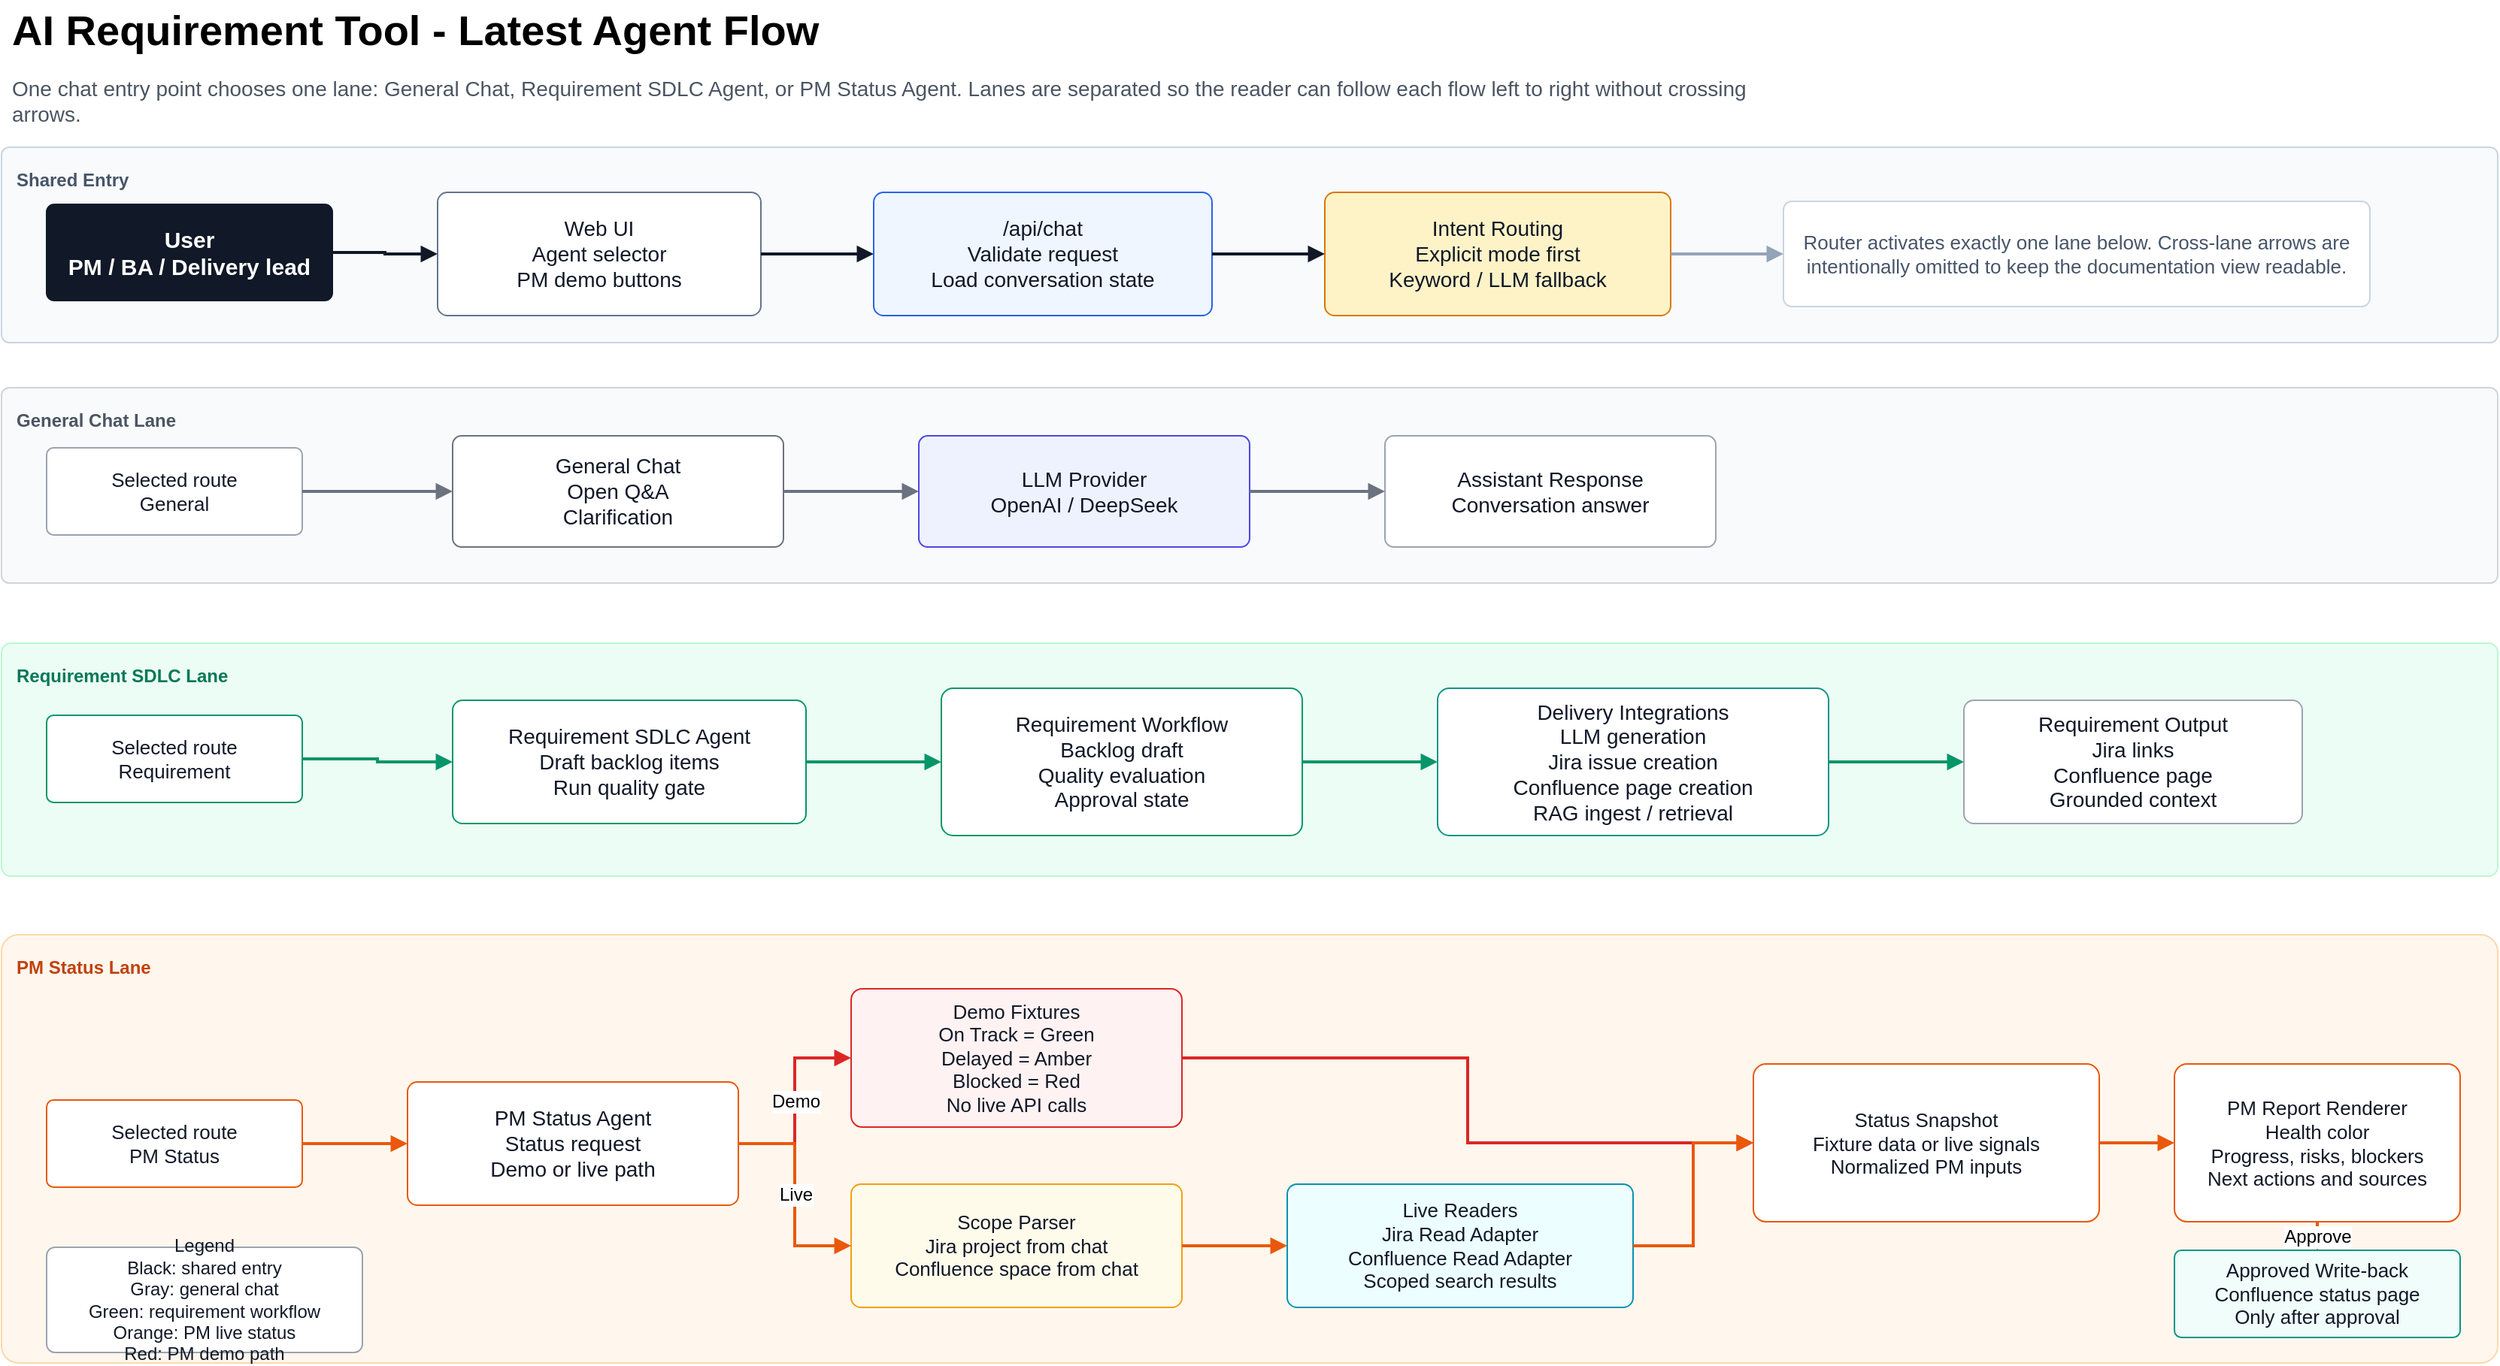
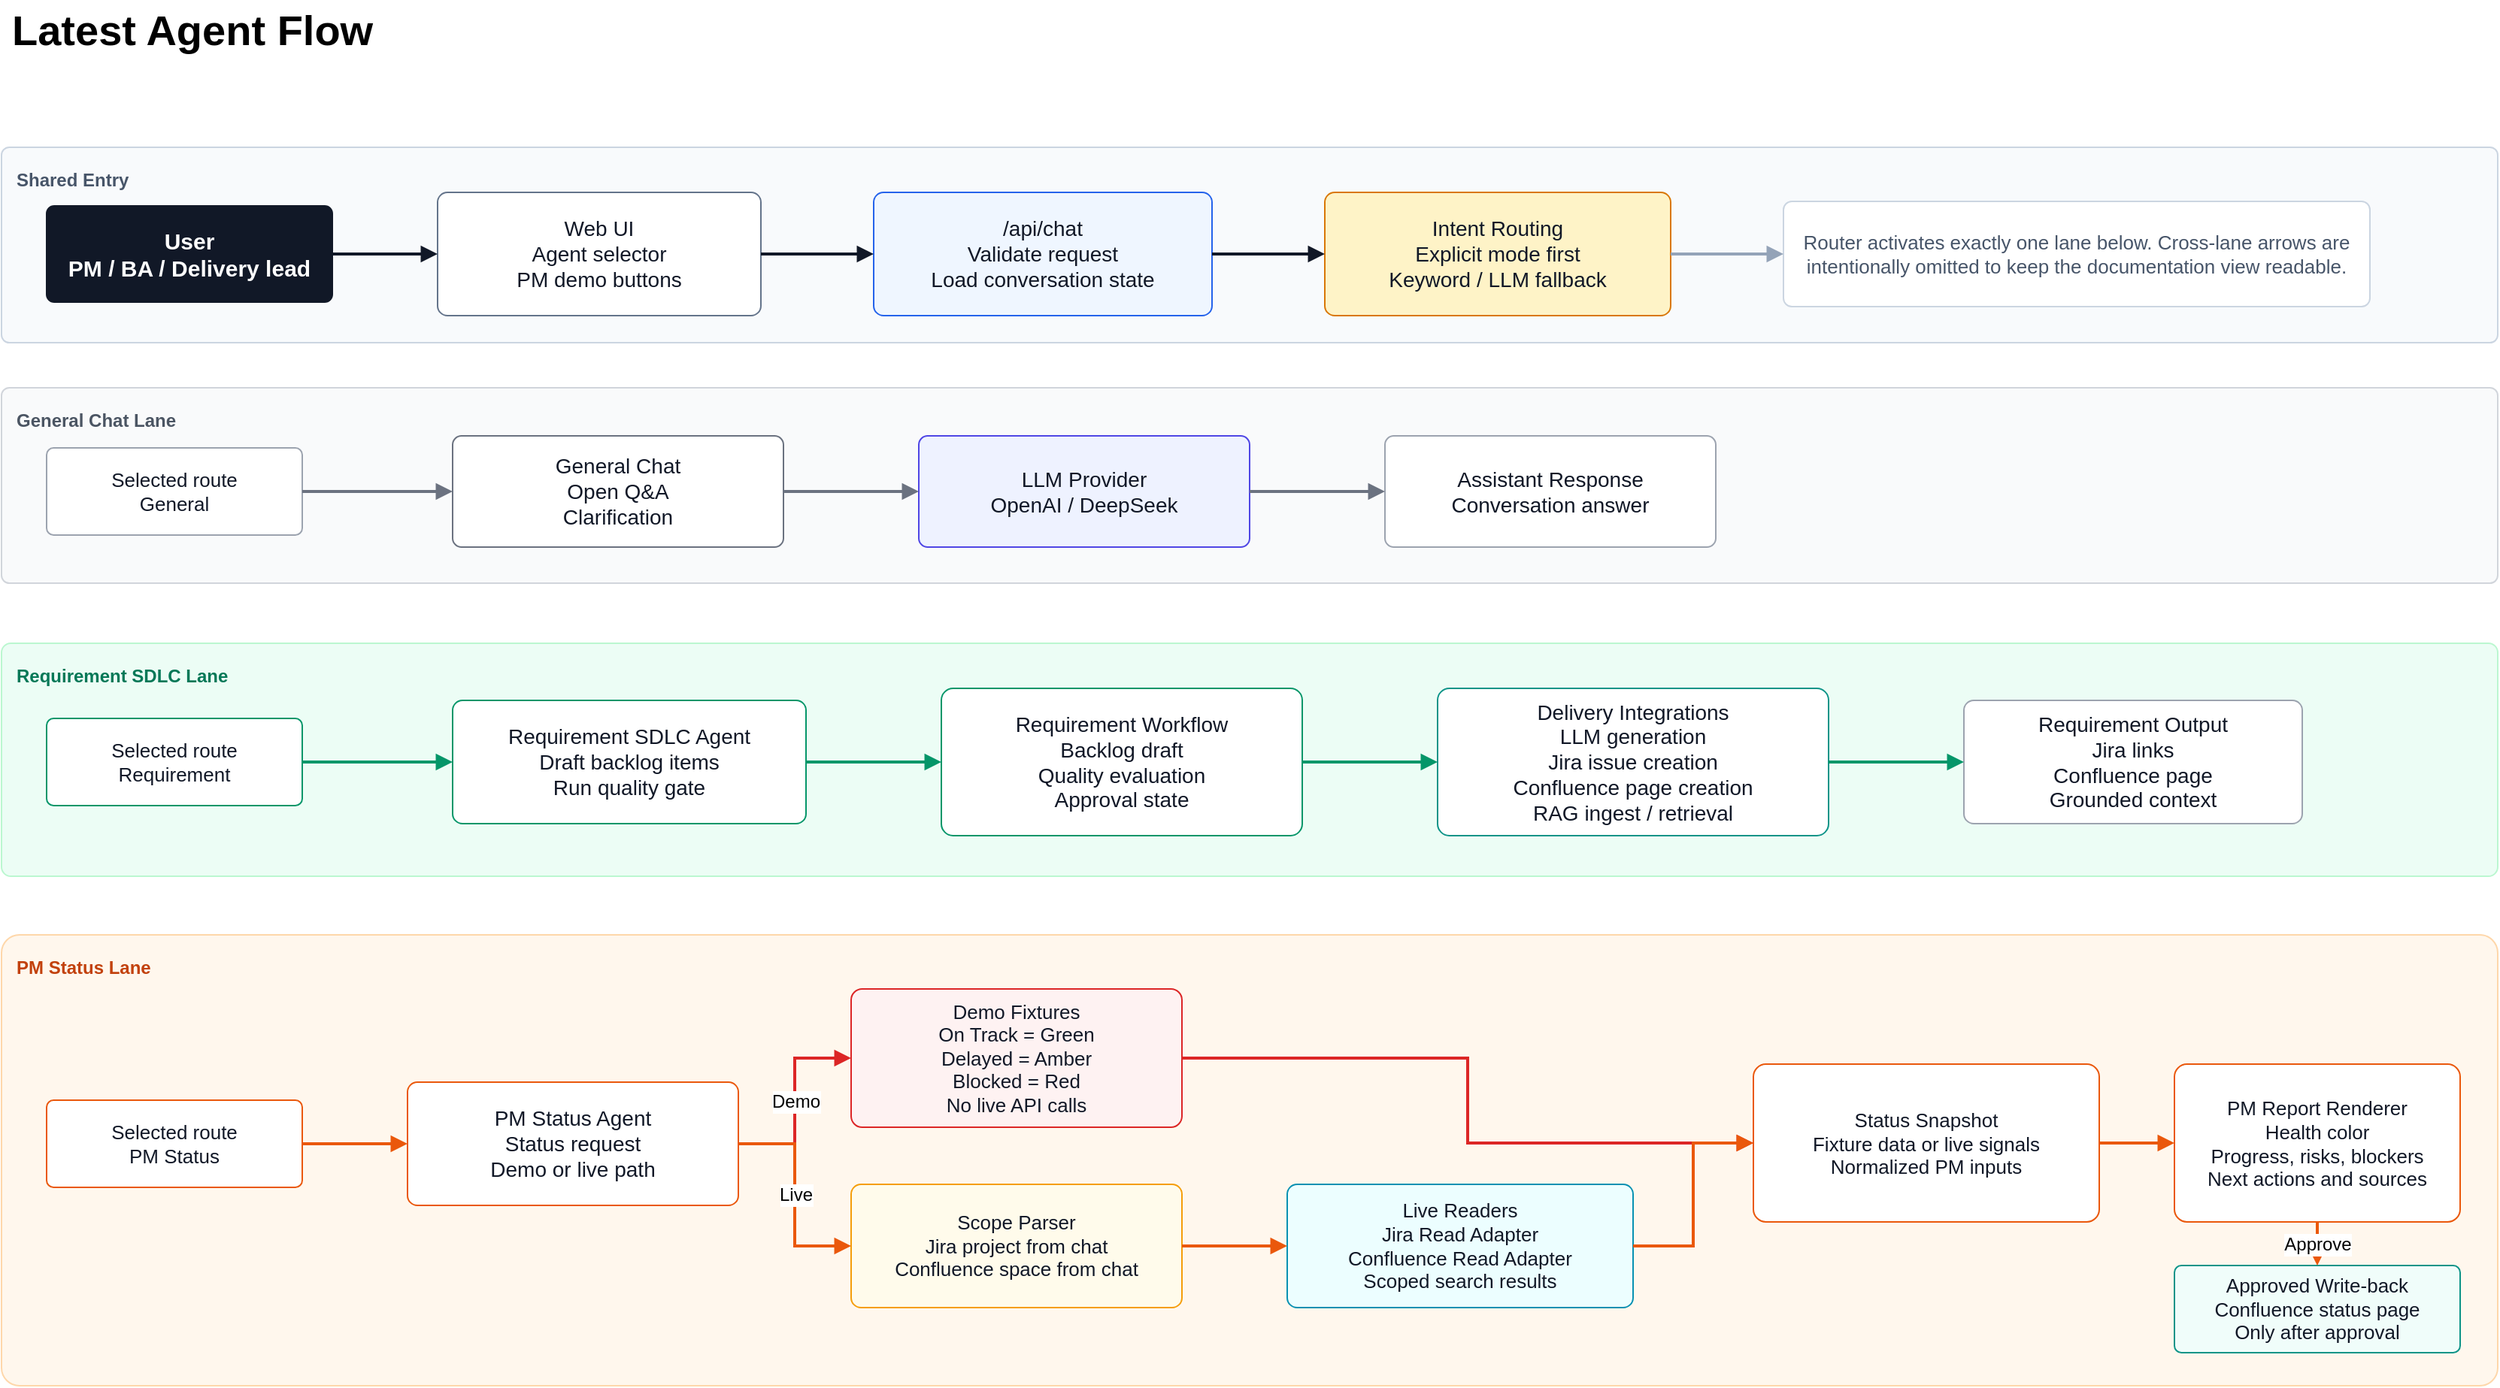
- <mxfile host="app.diagrams.net" modified="2026-06-20T00:00:00.000Z" agent="Codex" version="24.7.17" type="device">
+ <mxfile host="Electron" agent="Mozilla/5.0 (Windows NT 10.0; Win64; x64) AppleWebKit/537.36 (KHTML, like Gecko) draw.io/29.6.6 Chrome/144.0.7559.236 Electron/40.8.4 Safari/537.36" version="29.6.6">
  <diagram id="latest-agent-flow" name="Latest Agent Flow">
-     <mxGraphModel dx="1800" dy="1000" grid="1" gridSize="10" guides="1" tooltips="1" connect="1" arrows="1" fold="1" page="1" pageScale="1" pageWidth="1750" pageHeight="1000" math="0" shadow="0">
+     <mxGraphModel dx="1887" dy="971" grid="1" gridSize="10" guides="1" tooltips="1" connect="1" arrows="1" fold="1" page="1" pageScale="1" pageWidth="1750" pageHeight="1000" math="0" shadow="0">
      <root>
-         <mxCell id="0"/>
-         <mxCell id="1" parent="0"/>
-         <mxCell id="title" value="AI Requirement Tool - Latest Agent Flow" style="text;html=1;strokeColor=none;fillColor=none;fontSize=28;fontStyle=1;align=left;verticalAlign=middle;whiteSpace=wrap;rounded=0;" vertex="1" parent="1">
-           <mxGeometry x="50" y="28" width="820" height="40" as="geometry"/>
+         <mxCell id="0" />
+         <mxCell id="1" parent="0" />
+         <mxCell id="title" parent="1" style="text;html=1;strokeColor=none;fillColor=none;fontSize=28;fontStyle=1;align=left;verticalAlign=middle;whiteSpace=wrap;rounded=0;" value="Latest Agent Flow" vertex="1">
+           <mxGeometry height="40" width="820" x="50" y="28" as="geometry" />
        </mxCell>
-         <mxCell id="subtitle" value="One chat entry point chooses one lane: General Chat, Requirement SDLC Agent, or PM Status Agent. Lanes are separated so the reader can follow each flow left to right without crossing arrows." style="text;html=1;strokeColor=none;fillColor=none;fontSize=14;fontColor=#4b5563;align=left;verticalAlign=top;whiteSpace=wrap;rounded=0;" vertex="1" parent="1">
-           <mxGeometry x="50" y="72" width="1180" height="42" as="geometry"/>
+         <mxCell id="entry-band" parent="1" style="rounded=1;whiteSpace=wrap;html=1;fillColor=#f8fafc;strokeColor=#cbd5e1;fontColor=#475569;fontSize=12;fontStyle=1;arcSize=4;align=left;verticalAlign=top;spacing=10;" value="Shared Entry" vertex="1">
+           <mxGeometry height="130" width="1660" x="45" y="126" as="geometry" />
        </mxCell>
-         <mxCell id="entry-band" value="Shared Entry" style="rounded=1;whiteSpace=wrap;html=1;fillColor=#f8fafc;strokeColor=#cbd5e1;fontColor=#475569;fontSize=12;fontStyle=1;arcSize=4;align=left;verticalAlign=top;spacing=10;" vertex="1" parent="1">
-           <mxGeometry x="45" y="126" width="1660" height="130" as="geometry"/>
+         <mxCell id="general-band" parent="1" style="rounded=1;whiteSpace=wrap;html=1;fillColor=#f9fafb;strokeColor=#d1d5db;fontColor=#4b5563;fontSize=12;fontStyle=1;arcSize=4;align=left;verticalAlign=top;spacing=10;" value="General Chat Lane" vertex="1">
+           <mxGeometry height="130" width="1660" x="45" y="286" as="geometry" />
        </mxCell>
-         <mxCell id="general-band" value="General Chat Lane" style="rounded=1;whiteSpace=wrap;html=1;fillColor=#f9fafb;strokeColor=#d1d5db;fontColor=#4b5563;fontSize=12;fontStyle=1;arcSize=4;align=left;verticalAlign=top;spacing=10;" vertex="1" parent="1">
-           <mxGeometry x="45" y="286" width="1660" height="130" as="geometry"/>
+         <mxCell id="requirement-band" parent="1" style="rounded=1;whiteSpace=wrap;html=1;fillColor=#ecfdf5;strokeColor=#bbf7d0;fontColor=#047857;fontSize=12;fontStyle=1;arcSize=4;align=left;verticalAlign=top;spacing=10;" value="Requirement SDLC Lane" vertex="1">
+           <mxGeometry height="155" width="1660" x="45" y="456" as="geometry" />
        </mxCell>
-         <mxCell id="requirement-band" value="Requirement SDLC Lane" style="rounded=1;whiteSpace=wrap;html=1;fillColor=#ecfdf5;strokeColor=#bbf7d0;fontColor=#047857;fontSize=12;fontStyle=1;arcSize=4;align=left;verticalAlign=top;spacing=10;" vertex="1" parent="1">
-           <mxGeometry x="45" y="456" width="1660" height="155" as="geometry"/>
+         <mxCell id="pm-band" parent="1" style="rounded=1;whiteSpace=wrap;html=1;fillColor=#fff7ed;strokeColor=#fed7aa;fontColor=#c2410c;fontSize=12;fontStyle=1;arcSize=4;align=left;verticalAlign=top;spacing=10;" value="PM Status Lane" vertex="1">
+           <mxGeometry height="300" width="1660" x="45" y="650" as="geometry" />
        </mxCell>
-         <mxCell id="pm-band" value="PM Status Lane" style="rounded=1;whiteSpace=wrap;html=1;fillColor=#fff7ed;strokeColor=#fed7aa;fontColor=#c2410c;fontSize=12;fontStyle=1;arcSize=4;align=left;verticalAlign=top;spacing=10;" vertex="1" parent="1">
-           <mxGeometry x="45" y="650" width="1660" height="285" as="geometry"/>
+         <mxCell id="user" parent="1" style="rounded=1;whiteSpace=wrap;html=1;fillColor=#111827;strokeColor=#111827;fontColor=#ffffff;fontSize=15;fontStyle=1;arcSize=8;spacing=10;" value="User&#xa;PM / BA / Delivery lead" vertex="1">
+           <mxGeometry height="64" width="190" x="75" y="165" as="geometry" />
        </mxCell>
-         <mxCell id="user" value="User&#xa;PM / BA / Delivery lead" style="rounded=1;whiteSpace=wrap;html=1;fillColor=#111827;strokeColor=#111827;fontColor=#ffffff;fontSize=15;fontStyle=1;arcSize=8;spacing=10;" vertex="1" parent="1">
-           <mxGeometry x="75" y="164" width="190" height="64" as="geometry"/>
+         <mxCell id="webui" parent="1" style="rounded=1;whiteSpace=wrap;html=1;fillColor=#ffffff;strokeColor=#64748b;fontColor=#111827;fontSize=14;arcSize=8;spacing=10;" value="Web UI&#xa;Agent selector&#xa;PM demo buttons" vertex="1">
+           <mxGeometry height="82" width="215" x="335" y="156" as="geometry" />
        </mxCell>
-         <mxCell id="webui" value="Web UI&#xa;Agent selector&#xa;PM demo buttons" style="rounded=1;whiteSpace=wrap;html=1;fillColor=#ffffff;strokeColor=#64748b;fontColor=#111827;fontSize=14;arcSize=8;spacing=10;" vertex="1" parent="1">
-           <mxGeometry x="335" y="156" width="215" height="82" as="geometry"/>
+         <mxCell id="api" parent="1" style="rounded=1;whiteSpace=wrap;html=1;fillColor=#eff6ff;strokeColor=#2563eb;fontColor=#111827;fontSize=14;arcSize=8;spacing=10;" value="/api/chat&#xa;Validate request&#xa;Load conversation state" vertex="1">
+           <mxGeometry height="82" width="225" x="625" y="156" as="geometry" />
        </mxCell>
-         <mxCell id="api" value="/api/chat&#xa;Validate request&#xa;Load conversation state" style="rounded=1;whiteSpace=wrap;html=1;fillColor=#eff6ff;strokeColor=#2563eb;fontColor=#111827;fontSize=14;arcSize=8;spacing=10;" vertex="1" parent="1">
-           <mxGeometry x="625" y="156" width="225" height="82" as="geometry"/>
+         <mxCell id="router" parent="1" style="rounded=1;whiteSpace=wrap;html=1;fillColor=#fef3c7;strokeColor=#d97706;fontColor=#111827;fontSize=14;arcSize=8;spacing=10;" value="Intent Routing&#xa;Explicit mode first&#xa;Keyword / LLM fallback" vertex="1">
+           <mxGeometry height="82" width="230" x="925" y="156" as="geometry" />
        </mxCell>
-         <mxCell id="router" value="Intent Routing&#xa;Explicit mode first&#xa;Keyword / LLM fallback" style="rounded=1;whiteSpace=wrap;html=1;fillColor=#fef3c7;strokeColor=#d97706;fontColor=#111827;fontSize=14;arcSize=8;spacing=10;" vertex="1" parent="1">
-           <mxGeometry x="925" y="156" width="230" height="82" as="geometry"/>
+         <mxCell id="entry-note" parent="1" style="rounded=1;whiteSpace=wrap;html=1;fillColor=#ffffff;strokeColor=#cbd5e1;fontColor=#475569;fontSize=13;arcSize=8;spacing=10;" value="Router activates exactly one lane below. Cross-lane arrows are intentionally omitted to keep the documentation view readable." vertex="1">
+           <mxGeometry height="70" width="390" x="1230" y="162" as="geometry" />
        </mxCell>
-         <mxCell id="entry-note" value="Router activates exactly one lane below. Cross-lane arrows are intentionally omitted to keep the documentation view readable." style="rounded=1;whiteSpace=wrap;html=1;fillColor=#ffffff;strokeColor=#cbd5e1;fontColor=#475569;fontSize=13;arcSize=8;spacing=10;" vertex="1" parent="1">
-           <mxGeometry x="1230" y="162" width="390" height="70" as="geometry"/>
+         <mxCell id="route-general" parent="1" style="rounded=1;whiteSpace=wrap;html=1;fillColor=#ffffff;strokeColor=#9ca3af;fontColor=#111827;fontSize=13;arcSize=8;spacing=8;" value="Selected route&#xa;General" vertex="1">
+           <mxGeometry height="58" width="170" x="75" y="326" as="geometry" />
        </mxCell>
-         <mxCell id="route-general" value="Selected route&#xa;General" style="rounded=1;whiteSpace=wrap;html=1;fillColor=#ffffff;strokeColor=#9ca3af;fontColor=#111827;fontSize=13;arcSize=8;spacing=8;" vertex="1" parent="1">
-           <mxGeometry x="75" y="326" width="170" height="58" as="geometry"/>
+         <mxCell id="general-agent" parent="1" style="rounded=1;whiteSpace=wrap;html=1;fillColor=#ffffff;strokeColor=#6b7280;fontColor=#111827;fontSize=14;arcSize=8;spacing=10;" value="General Chat&#xa;Open Q&amp;A&#xa;Clarification" vertex="1">
+           <mxGeometry height="74" width="220" x="345" y="318" as="geometry" />
        </mxCell>
-         <mxCell id="general-agent" value="General Chat&#xa;Open Q&amp;A&#xa;Clarification" style="rounded=1;whiteSpace=wrap;html=1;fillColor=#ffffff;strokeColor=#6b7280;fontColor=#111827;fontSize=14;arcSize=8;spacing=10;" vertex="1" parent="1">
-           <mxGeometry x="345" y="318" width="220" height="74" as="geometry"/>
+         <mxCell id="general-llm" parent="1" style="rounded=1;whiteSpace=wrap;html=1;fillColor=#eef2ff;strokeColor=#4f46e5;fontColor=#111827;fontSize=14;arcSize=8;spacing=10;" value="LLM Provider&#xa;OpenAI / DeepSeek" vertex="1">
+           <mxGeometry height="74" width="220" x="655" y="318" as="geometry" />
        </mxCell>
-         <mxCell id="general-llm" value="LLM Provider&#xa;OpenAI / DeepSeek" style="rounded=1;whiteSpace=wrap;html=1;fillColor=#eef2ff;strokeColor=#4f46e5;fontColor=#111827;fontSize=14;arcSize=8;spacing=10;" vertex="1" parent="1">
-           <mxGeometry x="655" y="318" width="220" height="74" as="geometry"/>
+         <mxCell id="general-response" parent="1" style="rounded=1;whiteSpace=wrap;html=1;fillColor=#ffffff;strokeColor=#9ca3af;fontColor=#111827;fontSize=14;arcSize=8;spacing=10;" value="Assistant Response&#xa;Conversation answer" vertex="1">
+           <mxGeometry height="74" width="220" x="965" y="318" as="geometry" />
        </mxCell>
-         <mxCell id="general-response" value="Assistant Response&#xa;Conversation answer" style="rounded=1;whiteSpace=wrap;html=1;fillColor=#ffffff;strokeColor=#9ca3af;fontColor=#111827;fontSize=14;arcSize=8;spacing=10;" vertex="1" parent="1">
-           <mxGeometry x="965" y="318" width="220" height="74" as="geometry"/>
+         <mxCell id="route-req" parent="1" style="rounded=1;whiteSpace=wrap;html=1;fillColor=#ffffff;strokeColor=#059669;fontColor=#111827;fontSize=13;arcSize=8;spacing=8;" value="Selected route&#xa;Requirement" vertex="1">
+           <mxGeometry height="58" width="170" x="75" y="506" as="geometry" />
        </mxCell>
-         <mxCell id="route-req" value="Selected route&#xa;Requirement" style="rounded=1;whiteSpace=wrap;html=1;fillColor=#ffffff;strokeColor=#059669;fontColor=#111827;fontSize=13;arcSize=8;spacing=8;" vertex="1" parent="1">
-           <mxGeometry x="75" y="504" width="170" height="58" as="geometry"/>
+         <mxCell id="req-agent" parent="1" style="rounded=1;whiteSpace=wrap;html=1;fillColor=#ffffff;strokeColor=#059669;fontColor=#111827;fontSize=14;arcSize=8;spacing=10;" value="Requirement SDLC Agent&#xa;Draft backlog items&#xa;Run quality gate" vertex="1">
+           <mxGeometry height="82" width="235" x="345" y="494" as="geometry" />
        </mxCell>
-         <mxCell id="req-agent" value="Requirement SDLC Agent&#xa;Draft backlog items&#xa;Run quality gate" style="rounded=1;whiteSpace=wrap;html=1;fillColor=#ffffff;strokeColor=#059669;fontColor=#111827;fontSize=14;arcSize=8;spacing=10;" vertex="1" parent="1">
-           <mxGeometry x="345" y="494" width="235" height="82" as="geometry"/>
+         <mxCell id="req-workflow" parent="1" style="rounded=1;whiteSpace=wrap;html=1;fillColor=#ffffff;strokeColor=#059669;fontColor=#111827;fontSize=14;arcSize=8;spacing=10;" value="Requirement Workflow&#xa;Backlog draft&#xa;Quality evaluation&#xa;Approval state" vertex="1">
+           <mxGeometry height="98" width="240" x="670" y="486" as="geometry" />
        </mxCell>
-         <mxCell id="req-workflow" value="Requirement Workflow&#xa;Backlog draft&#xa;Quality evaluation&#xa;Approval state" style="rounded=1;whiteSpace=wrap;html=1;fillColor=#ffffff;strokeColor=#059669;fontColor=#111827;fontSize=14;arcSize=8;spacing=10;" vertex="1" parent="1">
-           <mxGeometry x="670" y="486" width="240" height="98" as="geometry"/>
+         <mxCell id="req-integrations" parent="1" style="rounded=1;whiteSpace=wrap;html=1;fillColor=#ffffff;strokeColor=#0d9488;fontColor=#111827;fontSize=14;arcSize=8;spacing=10;" value="Delivery Integrations&#xa;LLM generation&#xa;Jira issue creation&#xa;Confluence page creation&#xa;RAG ingest / retrieval" vertex="1">
+           <mxGeometry height="98" width="260" x="1000" y="486" as="geometry" />
        </mxCell>
-         <mxCell id="req-integrations" value="Delivery Integrations&#xa;LLM generation&#xa;Jira issue creation&#xa;Confluence page creation&#xa;RAG ingest / retrieval" style="rounded=1;whiteSpace=wrap;html=1;fillColor=#ffffff;strokeColor=#0d9488;fontColor=#111827;fontSize=14;arcSize=8;spacing=10;" vertex="1" parent="1">
-           <mxGeometry x="1000" y="486" width="260" height="98" as="geometry"/>
+         <mxCell id="req-output" parent="1" style="rounded=1;whiteSpace=wrap;html=1;fillColor=#ffffff;strokeColor=#9ca3af;fontColor=#111827;fontSize=14;arcSize=8;spacing=10;" value="Requirement Output&#xa;Jira links&#xa;Confluence page&#xa;Grounded context" vertex="1">
+           <mxGeometry height="82" width="225" x="1350" y="494" as="geometry" />
        </mxCell>
-         <mxCell id="req-output" value="Requirement Output&#xa;Jira links&#xa;Confluence page&#xa;Grounded context" style="rounded=1;whiteSpace=wrap;html=1;fillColor=#ffffff;strokeColor=#9ca3af;fontColor=#111827;fontSize=14;arcSize=8;spacing=10;" vertex="1" parent="1">
-           <mxGeometry x="1350" y="494" width="225" height="82" as="geometry"/>
+         <mxCell id="route-pm" parent="1" style="rounded=1;whiteSpace=wrap;html=1;fillColor=#ffffff;strokeColor=#ea580c;fontColor=#111827;fontSize=13;arcSize=8;spacing=8;" value="Selected route&#xa;PM Status" vertex="1">
+           <mxGeometry height="58" width="170" x="75" y="760" as="geometry" />
        </mxCell>
-         <mxCell id="route-pm" value="Selected route&#xa;PM Status" style="rounded=1;whiteSpace=wrap;html=1;fillColor=#ffffff;strokeColor=#ea580c;fontColor=#111827;fontSize=13;arcSize=8;spacing=8;" vertex="1" parent="1">
-           <mxGeometry x="75" y="760" width="170" height="58" as="geometry"/>
+         <mxCell id="pm-agent" parent="1" style="rounded=1;whiteSpace=wrap;html=1;fillColor=#ffffff;strokeColor=#ea580c;fontColor=#111827;fontSize=14;arcSize=8;spacing=10;" value="PM Status Agent&#xa;Status request&#xa;Demo or live path" vertex="1">
+           <mxGeometry height="82" width="220" x="315" y="748" as="geometry" />
        </mxCell>
-         <mxCell id="pm-agent" value="PM Status Agent&#xa;Status request&#xa;Demo or live path" style="rounded=1;whiteSpace=wrap;html=1;fillColor=#ffffff;strokeColor=#ea580c;fontColor=#111827;fontSize=14;arcSize=8;spacing=10;" vertex="1" parent="1">
-           <mxGeometry x="315" y="748" width="220" height="82" as="geometry"/>
+         <mxCell id="pm-demo" parent="1" style="rounded=1;whiteSpace=wrap;html=1;fillColor=#fef2f2;strokeColor=#dc2626;fontColor=#111827;fontSize=13;arcSize=8;spacing=8;" value="Demo Fixtures&#xa;On Track = Green&#xa;Delayed = Amber&#xa;Blocked = Red&#xa;No live API calls" vertex="1">
+           <mxGeometry height="92" width="220" x="610" y="686" as="geometry" />
        </mxCell>
-         <mxCell id="pm-demo" value="Demo Fixtures&#xa;On Track = Green&#xa;Delayed = Amber&#xa;Blocked = Red&#xa;No live API calls" style="rounded=1;whiteSpace=wrap;html=1;fillColor=#fef2f2;strokeColor=#dc2626;fontColor=#111827;fontSize=13;arcSize=8;spacing=8;" vertex="1" parent="1">
-           <mxGeometry x="610" y="686" width="220" height="92" as="geometry"/>
+         <mxCell id="pm-scope" parent="1" style="rounded=1;whiteSpace=wrap;html=1;fillColor=#fffbeb;strokeColor=#f59e0b;fontColor=#111827;fontSize=13;arcSize=8;spacing=8;" value="Scope Parser&#xa;Jira project from chat&#xa;Confluence space from chat" vertex="1">
+           <mxGeometry height="82" width="220" x="610" y="816" as="geometry" />
        </mxCell>
-         <mxCell id="pm-scope" value="Scope Parser&#xa;Jira project from chat&#xa;Confluence space from chat" style="rounded=1;whiteSpace=wrap;html=1;fillColor=#fffbeb;strokeColor=#f59e0b;fontColor=#111827;fontSize=13;arcSize=8;spacing=8;" vertex="1" parent="1">
-           <mxGeometry x="610" y="816" width="220" height="82" as="geometry"/>
+         <mxCell id="pm-live" parent="1" style="rounded=1;whiteSpace=wrap;html=1;fillColor=#ecfeff;strokeColor=#0891b2;fontColor=#111827;fontSize=13;arcSize=8;spacing=8;" value="Live Readers&#xa;Jira Read Adapter&#xa;Confluence Read Adapter&#xa;Scoped search results" vertex="1">
+           <mxGeometry height="82" width="230" x="900" y="816" as="geometry" />
        </mxCell>
-         <mxCell id="pm-live" value="Live Readers&#xa;Jira Read Adapter&#xa;Confluence Read Adapter&#xa;Scoped search results" style="rounded=1;whiteSpace=wrap;html=1;fillColor=#ecfeff;strokeColor=#0891b2;fontColor=#111827;fontSize=13;arcSize=8;spacing=8;" vertex="1" parent="1">
-           <mxGeometry x="900" y="816" width="230" height="82" as="geometry"/>
+         <mxCell id="pm-snapshot" parent="1" style="rounded=1;whiteSpace=wrap;html=1;fillColor=#ffffff;strokeColor=#ea580c;fontColor=#111827;fontSize=13;arcSize=8;spacing=8;" value="Status Snapshot&#xa;Fixture data or live signals&#xa;Normalized PM inputs" vertex="1">
+           <mxGeometry height="105" width="230" x="1210" y="736" as="geometry" />
        </mxCell>
-         <mxCell id="pm-snapshot" value="Status Snapshot&#xa;Fixture data or live signals&#xa;Normalized PM inputs" style="rounded=1;whiteSpace=wrap;html=1;fillColor=#ffffff;strokeColor=#ea580c;fontColor=#111827;fontSize=13;arcSize=8;spacing=8;" vertex="1" parent="1">
-           <mxGeometry x="1210" y="736" width="230" height="105" as="geometry"/>
+         <mxCell id="pm-report" parent="1" style="rounded=1;whiteSpace=wrap;html=1;fillColor=#ffffff;strokeColor=#ea580c;fontColor=#111827;fontSize=13;arcSize=8;spacing=8;" value="PM Report Renderer&#xa;Health color&#xa;Progress, risks, blockers&#xa;Next actions and sources" vertex="1">
+           <mxGeometry height="105" width="190" x="1490" y="736" as="geometry" />
        </mxCell>
-         <mxCell id="pm-report" value="PM Report Renderer&#xa;Health color&#xa;Progress, risks, blockers&#xa;Next actions and sources" style="rounded=1;whiteSpace=wrap;html=1;fillColor=#ffffff;strokeColor=#ea580c;fontColor=#111827;fontSize=13;arcSize=8;spacing=8;" vertex="1" parent="1">
-           <mxGeometry x="1490" y="736" width="190" height="105" as="geometry"/>
+         <mxCell id="pm-approval" parent="1" style="rounded=1;whiteSpace=wrap;html=1;fillColor=#f0fdfa;strokeColor=#0d9488;fontColor=#111827;fontSize=13;arcSize=8;spacing=8;" value="Approved Write-back&#xa;Confluence status page&#xa;Only after approval" vertex="1">
+           <mxGeometry height="58" width="190" x="1490" y="870" as="geometry" />
        </mxCell>
-         <mxCell id="pm-approval" value="Approved Write-back&#xa;Confluence status page&#xa;Only after approval" style="rounded=1;whiteSpace=wrap;html=1;fillColor=#f0fdfa;strokeColor=#0d9488;fontColor=#111827;fontSize=13;arcSize=8;spacing=8;" vertex="1" parent="1">
-           <mxGeometry x="1490" y="860" width="190" height="58" as="geometry"/>
+         <mxCell id="e1" edge="1" parent="1" source="user" style="endArrow=block;html=1;rounded=0;strokeColor=#111827;strokeWidth=2;edgeStyle=orthogonalEdgeStyle;" target="webui" value="">
+           <mxGeometry relative="1" as="geometry" />
        </mxCell>
-         <mxCell id="legend" value="Legend&#xa;Black: shared entry&#xa;Gray: general chat&#xa;Green: requirement workflow&#xa;Orange: PM live status&#xa;Red: PM demo path" style="rounded=1;whiteSpace=wrap;html=1;fillColor=#ffffff;strokeColor=#9ca3af;fontColor=#111827;fontSize=12;arcSize=8;spacing=8;" vertex="1" parent="1">
-           <mxGeometry x="75" y="858" width="210" height="70" as="geometry"/>
+         <mxCell id="e2" edge="1" parent="1" source="webui" style="endArrow=block;html=1;rounded=0;strokeColor=#111827;strokeWidth=2;edgeStyle=orthogonalEdgeStyle;" target="api" value="">
+           <mxGeometry relative="1" as="geometry" />
        </mxCell>
-         <mxCell id="e1" value="" style="endArrow=block;html=1;rounded=0;strokeColor=#111827;strokeWidth=2;edgeStyle=orthogonalEdgeStyle;" edge="1" parent="1" source="user" target="webui">
-           <mxGeometry relative="1" as="geometry"/>
+         <mxCell id="e3" edge="1" parent="1" source="api" style="endArrow=block;html=1;rounded=0;strokeColor=#111827;strokeWidth=2;edgeStyle=orthogonalEdgeStyle;" target="router" value="">
+           <mxGeometry relative="1" as="geometry" />
        </mxCell>
-         <mxCell id="e2" value="" style="endArrow=block;html=1;rounded=0;strokeColor=#111827;strokeWidth=2;edgeStyle=orthogonalEdgeStyle;" edge="1" parent="1" source="webui" target="api">
-           <mxGeometry relative="1" as="geometry"/>
+         <mxCell id="e4" edge="1" parent="1" source="router" style="endArrow=block;html=1;rounded=0;strokeColor=#94a3b8;strokeWidth=2;edgeStyle=orthogonalEdgeStyle;" target="entry-note" value="">
+           <mxGeometry relative="1" as="geometry" />
        </mxCell>
-         <mxCell id="e3" value="" style="endArrow=block;html=1;rounded=0;strokeColor=#111827;strokeWidth=2;edgeStyle=orthogonalEdgeStyle;" edge="1" parent="1" source="api" target="router">
-           <mxGeometry relative="1" as="geometry"/>
+         <mxCell id="g1" edge="1" parent="1" source="route-general" style="endArrow=block;html=1;rounded=0;strokeColor=#6b7280;strokeWidth=2;edgeStyle=orthogonalEdgeStyle;" target="general-agent" value="">
+           <mxGeometry relative="1" as="geometry" />
        </mxCell>
-         <mxCell id="e4" value="" style="endArrow=block;html=1;rounded=0;strokeColor=#94a3b8;strokeWidth=2;edgeStyle=orthogonalEdgeStyle;" edge="1" parent="1" source="router" target="entry-note">
-           <mxGeometry relative="1" as="geometry"/>
+         <mxCell id="g2" edge="1" parent="1" source="general-agent" style="endArrow=block;html=1;rounded=0;strokeColor=#6b7280;strokeWidth=2;edgeStyle=orthogonalEdgeStyle;" target="general-llm" value="">
+           <mxGeometry relative="1" as="geometry" />
        </mxCell>
-         <mxCell id="g1" value="" style="endArrow=block;html=1;rounded=0;strokeColor=#6b7280;strokeWidth=2;edgeStyle=orthogonalEdgeStyle;" edge="1" parent="1" source="route-general" target="general-agent">
-           <mxGeometry relative="1" as="geometry"/>
+         <mxCell id="g3" edge="1" parent="1" source="general-llm" style="endArrow=block;html=1;rounded=0;strokeColor=#6b7280;strokeWidth=2;edgeStyle=orthogonalEdgeStyle;" target="general-response" value="">
+           <mxGeometry relative="1" as="geometry" />
        </mxCell>
-         <mxCell id="g2" value="" style="endArrow=block;html=1;rounded=0;strokeColor=#6b7280;strokeWidth=2;edgeStyle=orthogonalEdgeStyle;" edge="1" parent="1" source="general-agent" target="general-llm">
-           <mxGeometry relative="1" as="geometry"/>
+         <mxCell id="r1" edge="1" parent="1" source="route-req" style="endArrow=block;html=1;rounded=0;strokeColor=#059669;strokeWidth=2;edgeStyle=orthogonalEdgeStyle;" target="req-agent" value="">
+           <mxGeometry relative="1" as="geometry" />
        </mxCell>
-         <mxCell id="g3" value="" style="endArrow=block;html=1;rounded=0;strokeColor=#6b7280;strokeWidth=2;edgeStyle=orthogonalEdgeStyle;" edge="1" parent="1" source="general-llm" target="general-response">
-           <mxGeometry relative="1" as="geometry"/>
+         <mxCell id="r2" edge="1" parent="1" source="req-agent" style="endArrow=block;html=1;rounded=0;strokeColor=#059669;strokeWidth=2;edgeStyle=orthogonalEdgeStyle;" target="req-workflow" value="">
+           <mxGeometry relative="1" as="geometry" />
        </mxCell>
-         <mxCell id="r1" value="" style="endArrow=block;html=1;rounded=0;strokeColor=#059669;strokeWidth=2;edgeStyle=orthogonalEdgeStyle;" edge="1" parent="1" source="route-req" target="req-agent">
-           <mxGeometry relative="1" as="geometry"/>
+         <mxCell id="r3" edge="1" parent="1" source="req-workflow" style="endArrow=block;html=1;rounded=0;strokeColor=#059669;strokeWidth=2;edgeStyle=orthogonalEdgeStyle;" target="req-integrations" value="">
+           <mxGeometry relative="1" as="geometry" />
        </mxCell>
-         <mxCell id="r2" value="" style="endArrow=block;html=1;rounded=0;strokeColor=#059669;strokeWidth=2;edgeStyle=orthogonalEdgeStyle;" edge="1" parent="1" source="req-agent" target="req-workflow">
-           <mxGeometry relative="1" as="geometry"/>
+         <mxCell id="r4" edge="1" parent="1" source="req-integrations" style="endArrow=block;html=1;rounded=0;strokeColor=#059669;strokeWidth=2;edgeStyle=orthogonalEdgeStyle;" target="req-output" value="">
+           <mxGeometry relative="1" as="geometry" />
        </mxCell>
-         <mxCell id="r3" value="" style="endArrow=block;html=1;rounded=0;strokeColor=#059669;strokeWidth=2;edgeStyle=orthogonalEdgeStyle;" edge="1" parent="1" source="req-workflow" target="req-integrations">
-           <mxGeometry relative="1" as="geometry"/>
+         <mxCell id="p1" edge="1" parent="1" source="route-pm" style="endArrow=block;html=1;rounded=0;strokeColor=#ea580c;strokeWidth=2;edgeStyle=orthogonalEdgeStyle;" target="pm-agent" value="">
+           <mxGeometry relative="1" as="geometry" />
        </mxCell>
-         <mxCell id="r4" value="" style="endArrow=block;html=1;rounded=0;strokeColor=#059669;strokeWidth=2;edgeStyle=orthogonalEdgeStyle;" edge="1" parent="1" source="req-integrations" target="req-output">
-           <mxGeometry relative="1" as="geometry"/>
+         <mxCell id="p2" edge="1" parent="1" source="pm-agent" style="endArrow=block;html=1;rounded=0;strokeColor=#dc2626;strokeWidth=2;edgeStyle=orthogonalEdgeStyle;fontSize=12;" target="pm-demo" value="Demo">
+           <mxGeometry relative="1" as="geometry" />
        </mxCell>
-         <mxCell id="p1" value="" style="endArrow=block;html=1;rounded=0;strokeColor=#ea580c;strokeWidth=2;edgeStyle=orthogonalEdgeStyle;" edge="1" parent="1" source="route-pm" target="pm-agent">
-           <mxGeometry relative="1" as="geometry"/>
+         <mxCell id="p3" edge="1" parent="1" source="pm-agent" style="endArrow=block;html=1;rounded=0;strokeColor=#ea580c;strokeWidth=2;edgeStyle=orthogonalEdgeStyle;fontSize=12;" target="pm-scope" value="Live">
+           <mxGeometry relative="1" as="geometry" />
        </mxCell>
-         <mxCell id="p2" value="Demo" style="endArrow=block;html=1;rounded=0;strokeColor=#dc2626;strokeWidth=2;edgeStyle=orthogonalEdgeStyle;fontSize=12;" edge="1" parent="1" source="pm-agent" target="pm-demo">
-           <mxGeometry relative="1" as="geometry"/>
+         <mxCell id="p4" edge="1" parent="1" source="pm-scope" style="endArrow=block;html=1;rounded=0;strokeColor=#ea580c;strokeWidth=2;edgeStyle=orthogonalEdgeStyle;" target="pm-live" value="">
+           <mxGeometry relative="1" as="geometry" />
        </mxCell>
-         <mxCell id="p3" value="Live" style="endArrow=block;html=1;rounded=0;strokeColor=#ea580c;strokeWidth=2;edgeStyle=orthogonalEdgeStyle;fontSize=12;" edge="1" parent="1" source="pm-agent" target="pm-scope">
-           <mxGeometry relative="1" as="geometry"/>
+         <mxCell id="p5" edge="1" parent="1" source="pm-demo" style="endArrow=block;html=1;rounded=0;strokeColor=#dc2626;strokeWidth=2;edgeStyle=orthogonalEdgeStyle;" target="pm-snapshot" value="">
+           <mxGeometry relative="1" as="geometry" />
        </mxCell>
-         <mxCell id="p4" value="" style="endArrow=block;html=1;rounded=0;strokeColor=#ea580c;strokeWidth=2;edgeStyle=orthogonalEdgeStyle;" edge="1" parent="1" source="pm-scope" target="pm-live">
-           <mxGeometry relative="1" as="geometry"/>
+         <mxCell id="p6" edge="1" parent="1" source="pm-live" style="endArrow=block;html=1;rounded=0;strokeColor=#ea580c;strokeWidth=2;edgeStyle=orthogonalEdgeStyle;" target="pm-snapshot" value="">
+           <mxGeometry relative="1" as="geometry" />
        </mxCell>
-         <mxCell id="p5" value="" style="endArrow=block;html=1;rounded=0;strokeColor=#dc2626;strokeWidth=2;edgeStyle=orthogonalEdgeStyle;" edge="1" parent="1" source="pm-demo" target="pm-snapshot">
-           <mxGeometry relative="1" as="geometry"/>
+         <mxCell id="p7" edge="1" parent="1" source="pm-snapshot" style="endArrow=block;html=1;rounded=0;strokeColor=#ea580c;strokeWidth=2;edgeStyle=orthogonalEdgeStyle;" target="pm-report" value="">
+           <mxGeometry relative="1" as="geometry" />
        </mxCell>
-         <mxCell id="p6" value="" style="endArrow=block;html=1;rounded=0;strokeColor=#ea580c;strokeWidth=2;edgeStyle=orthogonalEdgeStyle;" edge="1" parent="1" source="pm-live" target="pm-snapshot">
-           <mxGeometry relative="1" as="geometry"/>
-         </mxCell>
-         <mxCell id="p7" value="" style="endArrow=block;html=1;rounded=0;strokeColor=#ea580c;strokeWidth=2;edgeStyle=orthogonalEdgeStyle;" edge="1" parent="1" source="pm-snapshot" target="pm-report">
-           <mxGeometry relative="1" as="geometry"/>
-         </mxCell>
-         <mxCell id="p8" value="Approve" style="endArrow=block;html=1;rounded=0;strokeColor=#ea580c;strokeWidth=2;edgeStyle=orthogonalEdgeStyle;fontSize=12;" edge="1" parent="1" source="pm-report" target="pm-approval">
-           <mxGeometry relative="1" as="geometry"/>
+         <mxCell id="p8" edge="1" parent="1" source="pm-report" style="endArrow=block;html=1;rounded=0;strokeColor=#ea580c;strokeWidth=2;edgeStyle=orthogonalEdgeStyle;fontSize=12;" target="pm-approval" value="Approve">
+           <mxGeometry relative="1" as="geometry" />
        </mxCell>
      </root>
    </mxGraphModel>
  </diagram>
</mxfile>
